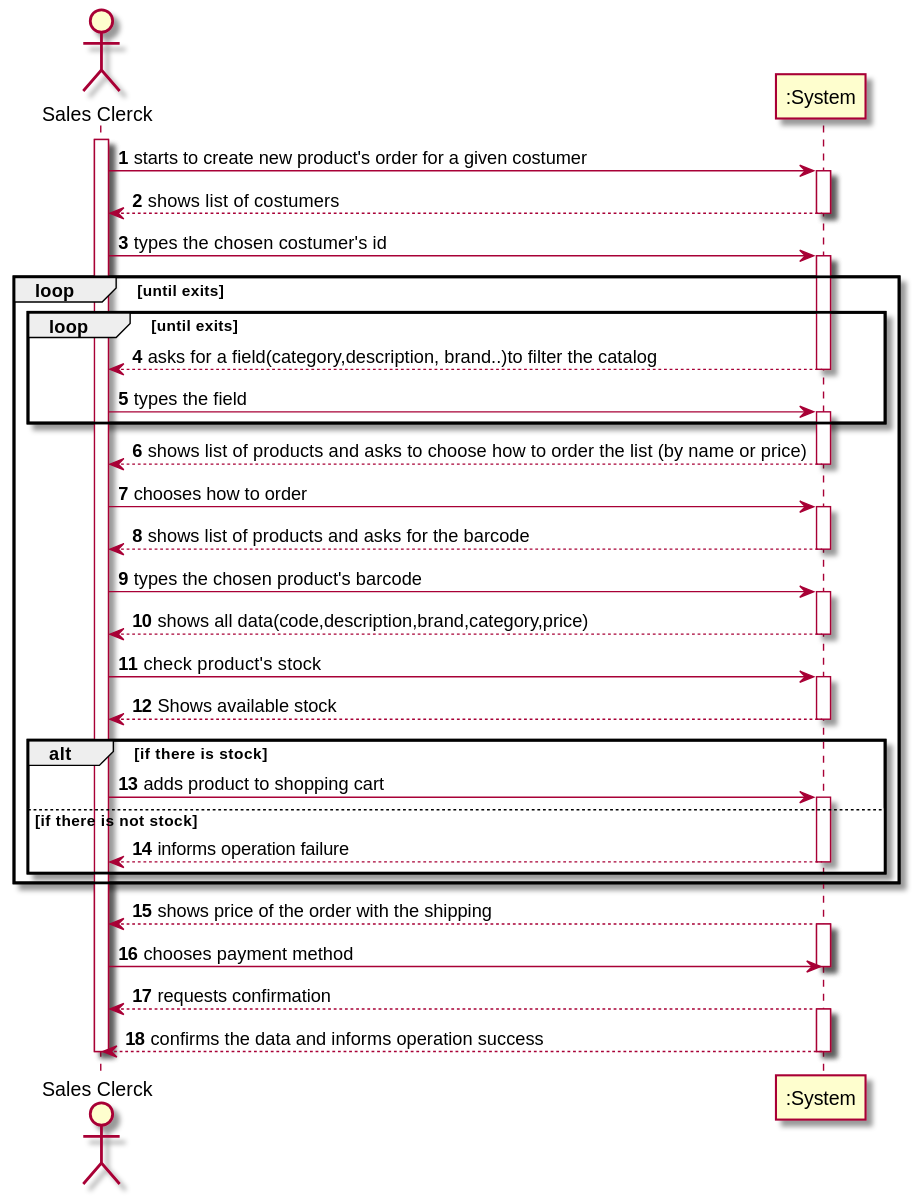
The PlantUML diagram docs/Sprint2/US1004/US1004_SSD.svg in marttuga/LAPR4-SmartSystems, before a commit. Its diagram source:
```plantuml
@startuml
autonumber
actor "Sales Clerck" as SC

activate SC
SC -> ":System" : starts to create new product's order for a given costumer
activate ":System"

":System" --> SC : shows list of costumers
deactivate ":System"

SC -> ":System" : types the chosen costumer's id
activate ":System"
loop until exits
loop until exits
":System" --> SC : asks for a field(category,description, brand..)to filter the catalog
deactivate ":System"

SC -> ":System" : types the field
activate ":System"

end loop
":System" --> SC : shows list of products and asks to choose how to order the list (by name or price)
deactivate ":System"

SC -> ":System" : chooses how to order
activate ":System"

":System" --> SC : shows list of products and asks for the barcode
deactivate ":System"

SC -> ":System" : types the chosen product's barcode
activate ":System"

":System" --> SC :shows all data(code,description,brand,category,price)
deactivate ":System"

SC -> ":System" : check product's stock
activate ":System"
":System" --> SC : Shows available stock
deactivate ":System"

alt if there is stock
SC -> ":System" : adds product to shopping cart
activate ":System"
else if there is not stock

":System" --> SC : informs operation failure
deactivate ":System"
end

end loop



":System" --> SC : shows price of the order with the shipping
activate ":System"

SC -> ":System" : chooses payment method
deactivate ":System"

":System" --> SC : requests confirmation

activate ":System"

":System" --> SC :confirms the data and informs operation success
deactivate ":System"
deactivate SC

@enduml
```
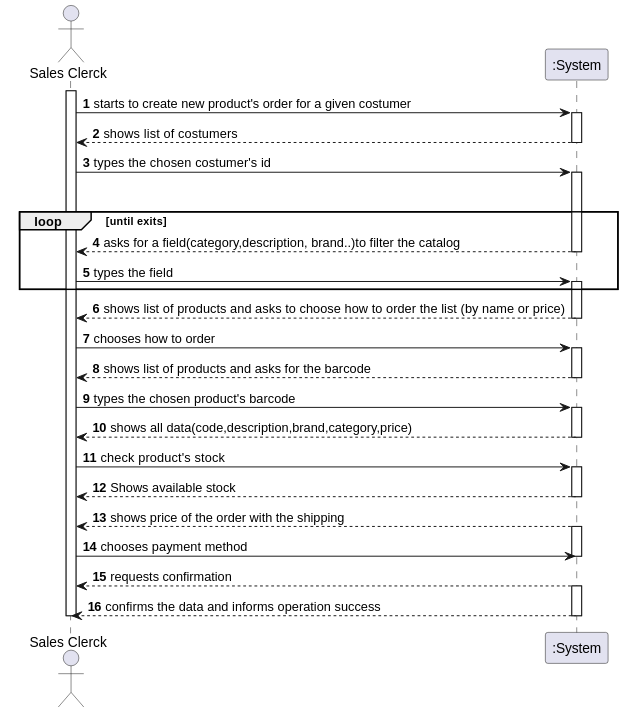
The same diagram one commit later.

What changed in the source:
```diff
@@ -40,16 +40,6 @@
 ":System" --> SC : Shows available stock
 deactivate ":System"
 
-alt if there is stock
-SC -> ":System" : adds product to shopping cart
-activate ":System"
-else if there is not stock
-
-":System" --> SC : informs operation failure
-deactivate ":System"
-end
-
-end loop
 
 
 
```
